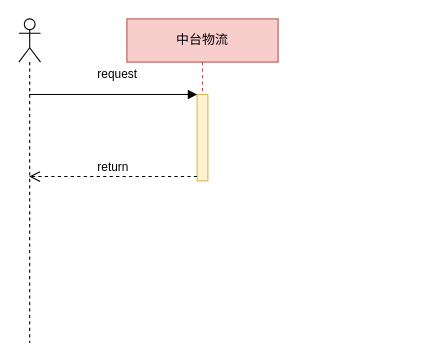
The draw.io diagram shipuml.drawio in FocusZhouGD/drawprogram, before the edit. Source tidied: cells renumbered, new cells numbered last; positions are measured from the earlier drawing's top-left corner, leaving out a move shared by most shapes. Both pictures are drawn from the tidied source at 108%, with x=0, y=0 at pixel (18, 18).
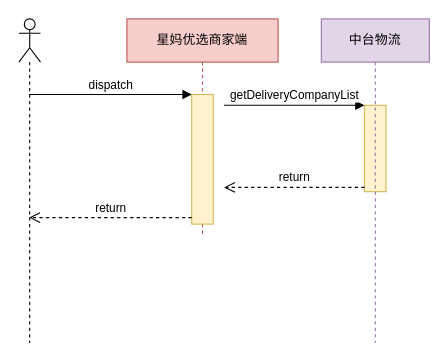
The same diagram, later.

What changed in the source:
```diff
@@
 <mxGraphModel>
   <root>
     <mxCell id="0" />
     <mxCell id="1" parent="0" />
     <mxCell id="2" style="shape=umlLifeline;participant=umlActor;perimeter=lifelinePerimeter;whiteSpace=wrap;html=1;verticalAlign=top;spacingTop=36;outlineConnect=0;" parent="1" vertex="1">
       <mxGeometry width="20" height="300" as="geometry" />
     </mxCell>
-    <mxCell id="3" value="中台物流" style="shape=umlLifeline;perimeter=lifelinePerimeter;whiteSpace=wrap;html=1;fillColor=#f8cecc;strokeColor=#b85450;" parent="1" vertex="1">
-      <mxGeometry x="100" width="140" height="150" as="geometry" />
+    <mxCell id="3" value="星妈优选商家端" style="shape=umlLifeline;perimeter=lifelinePerimeter;whiteSpace=wrap;html=1;fillColor=#f8cecc;strokeColor=#b85450;" parent="1" vertex="1">
+      <mxGeometry x="100" width="140" height="200" as="geometry" />
     </mxCell>
-    <mxCell id="4" style="html=1;points=[];perimeter=orthogonalPerimeter;fillColor=#fff2cc;strokeColor=#d6b656;" parent="3" vertex="1">
-      <mxGeometry x="65" y="70" width="10" height="80" as="geometry" />
-    </mxCell>
-    <mxCell id="5" value="request" style="html=1;verticalAlign=bottom;endArrow=block;entryX=0;entryY=0;" parent="1" edge="1" source="2" target="4">
-      <mxGeometry x="0.04" y="10" relative="1" as="geometry" />
-    </mxCell>
-    <mxCell id="6" value="return" style="html=1;verticalAlign=bottom;endArrow=open;dashed=1;endSize=8;exitX=0;exitY=0.95;" parent="1" edge="1" source="4" target="2">
-      <mxGeometry relative="1" as="geometry">
-        <Array as="points">
-          <mxPoint x="90" y="146" />
-        </Array>
-      </mxGeometry>
-    </mxCell>
+    <mxCell id="7" style="html=1;points=[];perimeter=orthogonalPerimeter;fillColor=#fff2cc;strokeColor=#d6b656;" parent="3" vertex="1">
+      <mxGeometry x="60" y="70" width="20" height="120" as="geometry" />
+    </mxCell>
+    <mxCell id="8" value="return" style="html=1;verticalAlign=bottom;endArrow=open;dashed=1;endSize=8;exitX=0;exitY=0.95;" parent="1" edge="1" source="7" target="2">
+      <mxGeometry relative="1" as="geometry" />
+    </mxCell>
+    <mxCell id="9" style="html=1;points=[];perimeter=orthogonalPerimeter;fillColor=#fff2cc;strokeColor=#d6b656;" parent="1" vertex="1">
+      <mxGeometry x="320" y="80" width="20" height="80" as="geometry" />
+    </mxCell>
+    <mxCell id="10" value="getDeliveryCompanyList" style="html=1;verticalAlign=bottom;endArrow=block;entryX=0;entryY=0;" parent="1" edge="1" target="9">
+      <mxGeometry relative="1" as="geometry">
+        <mxPoint x="190" y="80" as="sourcePoint" />
+      </mxGeometry>
+    </mxCell>
+    <mxCell id="11" value="return" style="html=1;verticalAlign=bottom;endArrow=open;dashed=1;endSize=8;exitX=0;exitY=0.95;" parent="1" edge="1" source="9">
+      <mxGeometry relative="1" as="geometry">
+        <mxPoint x="190" y="156" as="targetPoint" />
+      </mxGeometry>
+    </mxCell>
+    <mxCell id="12" value="中台物流" style="shape=umlLifeline;perimeter=lifelinePerimeter;whiteSpace=wrap;html=1;fillColor=#e1d5e7;strokeColor=#9673a6;" parent="1" vertex="1">
+      <mxGeometry x="280" width="100" height="300" as="geometry" />
+    </mxCell>
+    <mxCell id="13" value="dispatch" style="html=1;verticalAlign=bottom;endArrow=block;entryX=0;entryY=0;" parent="1" edge="1" source="2" target="7">
+      <mxGeometry relative="1" as="geometry" />
+    </mxCell>
   </root>
 </mxGraphModel>
```
